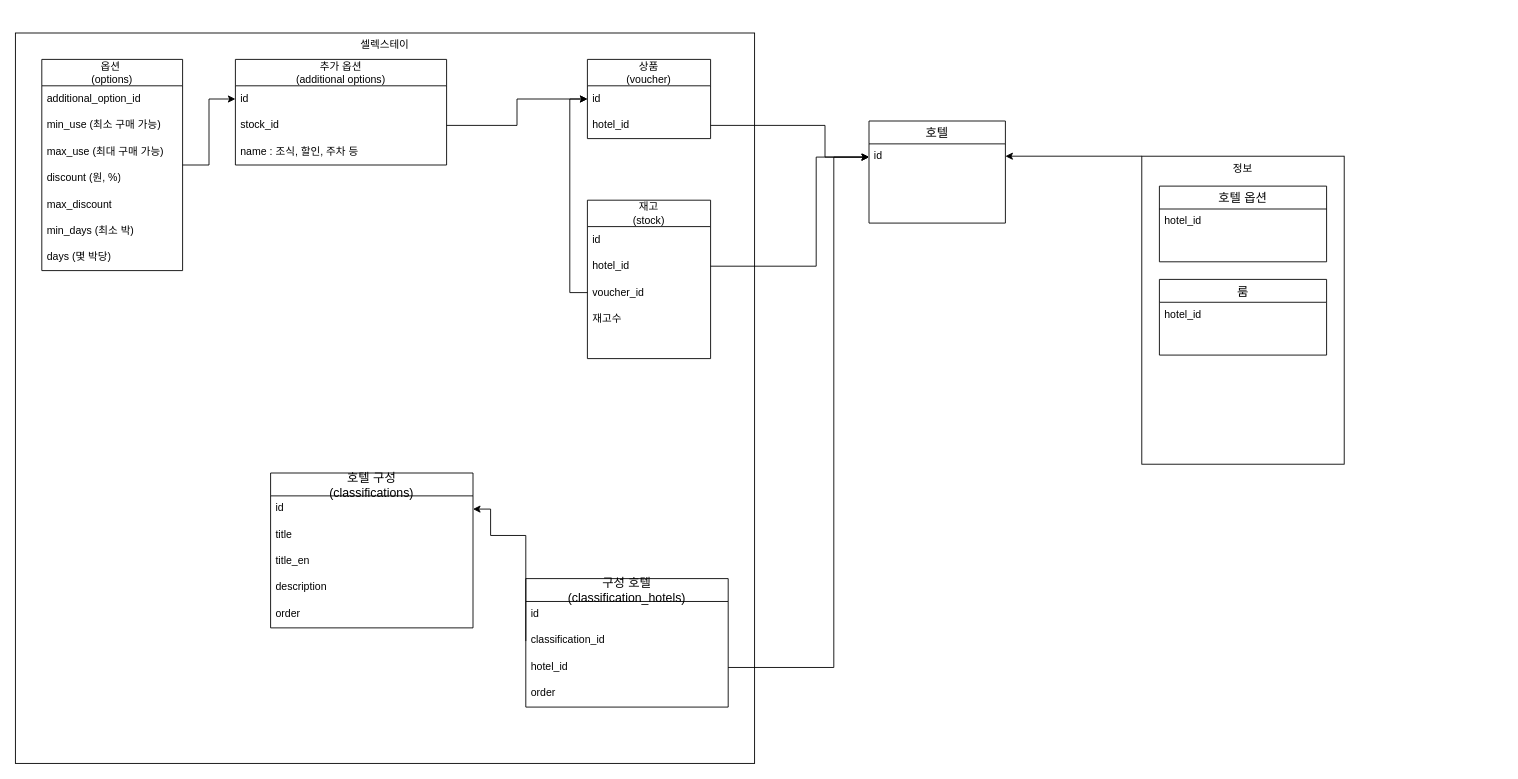
This is 1.drawio from zuiderzee7/draw, a draw.io file, before an edit. Source tidied: cells renumbered, new cells numbered last; positions are measured from the earlier drawing's top-left corner, leaving out a move shared by most shapes. Both pictures are drawn from the tidied source at 88%, with x=0, y=0 at pixel (15, 33).
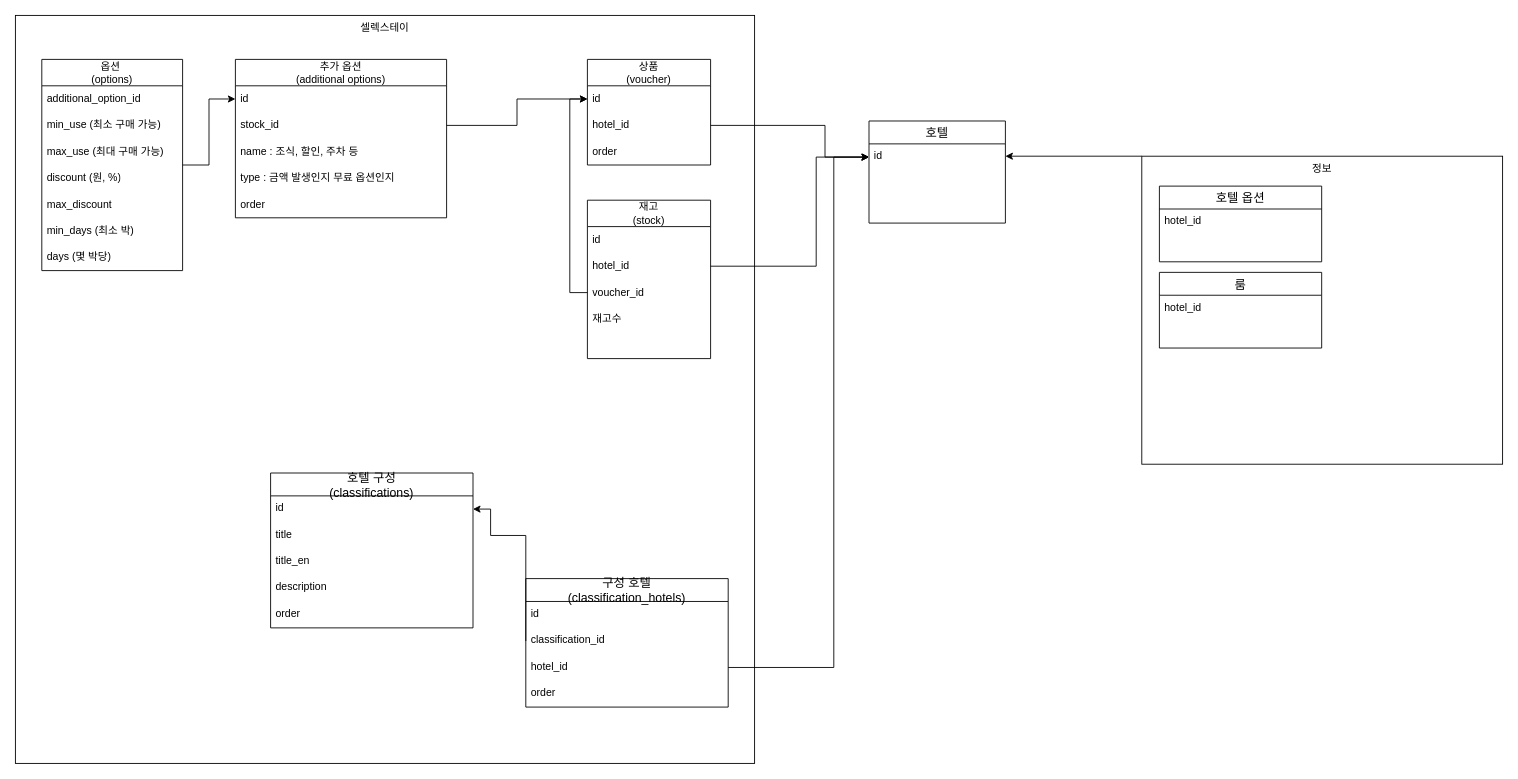
The same page after the edit.

Diff of the diagram source:
```diff
@@
     <mxCell id="2" value="셀렉스테이" style="rounded=0;whiteSpace=wrap;html=1;verticalAlign=top;" parent="1" vertex="1">
-      <mxGeometry width="840" height="830" as="geometry" />
+      <mxGeometry y="-20" width="840" height="850" as="geometry" />
     </mxCell>
@@
-    <mxCell id="7" style="group;verticalAlign=top;horizontal=0;flipH=0;flipV=1;" parent="1" vertex="1">
-      <mxGeometry x="1190" y="130" width="320" height="350" as="geometry" />
-    </mxCell>
-    <mxCell id="8" style="group;" parent="7" vertex="1">
-      <mxGeometry x="90" y="10" width="230" height="350" as="geometry" />
-    </mxCell>
-    <mxCell id="9" value="정보" style="rounded=0;whiteSpace=wrap;html=1;align=center;verticalAlign=top;" parent="8" vertex="1">
-      <mxGeometry width="230" height="350" as="geometry" />
-    </mxCell>
-    <mxCell id="10" value="룸" style="swimlane;fontStyle=0;horizontal=1;startSize=26;align=center;fontSize=14;flipH=1;" parent="9" vertex="1">
-      <mxGeometry x="20" y="140" width="190" height="86" as="geometry" />
-    </mxCell>
-    <mxCell id="11" value="hotel_id" style="text;strokeColor=none;fillColor=none;spacingLeft=4;spacingRight=4;overflow=hidden;fontSize=12;" parent="10" vertex="1">
-      <mxGeometry y="26" width="190" height="30" as="geometry" />
-    </mxCell>
-    <mxCell id="12" style="text;strokeColor=none;fillColor=none;spacingLeft=4;spacingRight=4;overflow=hidden;fontSize=12;" parent="10" vertex="1">
-      <mxGeometry y="56" width="190" height="30" as="geometry" />
-    </mxCell>
-    <mxCell id="13" value="hotel_id" style="text;strokeColor=none;fillColor=none;spacingLeft=4;spacingRight=4;overflow=hidden;fontSize=12;" parent="9" vertex="1">
-      <mxGeometry x="20" y="60" width="190" height="30" as="geometry" />
-    </mxCell>
-    <mxCell id="14" style="text;strokeColor=none;fillColor=none;spacingLeft=4;spacingRight=4;overflow=hidden;fontSize=12;" parent="9" vertex="1">
-      <mxGeometry x="50" y="90" width="130" height="30" as="geometry" />
-    </mxCell>
-    <mxCell id="15" value="호텔 옵션" style="swimlane;fontStyle=0;horizontal=1;startSize=26;align=center;fontSize=14;flipH=1;" parent="9" vertex="1">
-      <mxGeometry x="20" y="34" width="190" height="86" as="geometry" />
-    </mxCell>
@@
     <mxCell id="30" value="추가 옵션&lt;br&gt;(additional options)" style="swimlane;fontStyle=0;horizontal=1;startSize=30;whiteSpace=wrap;html=1;" parent="1" vertex="1">
-      <mxGeometry x="250" y="30" width="240" height="120" as="geometry" />
+      <mxGeometry x="250" y="30" width="240" height="180" as="geometry" />
     </mxCell>
@@
+    <mxCell id="56" value="type : 금액 발생인지 무료 옵션인지" style="text;strokeColor=none;fillColor=none;align=left;verticalAlign=middle;spacingLeft=4;spacingRight=4;overflow=hidden;whiteSpace=wrap;html=1;" parent="30" vertex="1">
+      <mxGeometry y="120" width="240" height="30" as="geometry" />
+    </mxCell>
+    <mxCell id="57" value="order" style="text;strokeColor=none;fillColor=none;align=left;verticalAlign=middle;spacingLeft=4;spacingRight=4;overflow=hidden;whiteSpace=wrap;html=1;" parent="30" vertex="1">
+      <mxGeometry y="150" width="240" height="30" as="geometry" />
+    </mxCell>
     <mxCell id="34" value="상품&lt;br&gt;(voucher)" style="swimlane;fontStyle=0;horizontal=1;startSize=30;whiteSpace=wrap;html=1;" parent="1" vertex="1">
-      <mxGeometry x="650" y="30" width="140" height="90" as="geometry" />
+      <mxGeometry x="650" y="30" width="140" height="120" as="geometry" />
     </mxCell>
@@
+    <mxCell id="58" value="order" style="text;strokeColor=none;fillColor=none;align=left;verticalAlign=middle;spacingLeft=4;spacingRight=4;overflow=hidden;whiteSpace=wrap;html=1;" parent="34" vertex="1">
+      <mxGeometry y="90" width="140" height="30" as="geometry" />
+    </mxCell>
@@
+    <mxCell id="8" style="group;" parent="1" vertex="1">
+      <mxGeometry x="1280" y="140" width="410" height="350" as="geometry" />
+    </mxCell>
+    <mxCell id="9" value="정보" style="rounded=0;whiteSpace=wrap;html=1;align=center;verticalAlign=top;" parent="8" vertex="1">
+      <mxGeometry width="410" height="350" as="geometry" />
+    </mxCell>
+    <mxCell id="59" style="group;" parent="8" vertex="1">
+      <mxGeometry x="20" y="34" width="184.3" height="86" as="geometry" />
+    </mxCell>
+    <mxCell id="13" value="hotel_id" style="text;strokeColor=none;fillColor=none;spacingLeft=4;spacingRight=4;overflow=hidden;fontSize=12;" parent="59" vertex="1">
+      <mxGeometry y="26" width="184.4" height="30" as="geometry" />
+    </mxCell>
+    <mxCell id="15" value="호텔 옵션" style="swimlane;fontStyle=0;horizontal=1;startSize=26;align=center;fontSize=14;flipH=1;" parent="59" vertex="1">
+      <mxGeometry width="184.4" height="86" as="geometry" />
+    </mxCell>
+    <mxCell id="60" style="group;" parent="8" vertex="1">
+      <mxGeometry x="20" y="132" width="184.3" height="86" as="geometry" />
+    </mxCell>
+    <mxCell id="10" value="룸" style="swimlane;fontStyle=0;horizontal=1;startSize=26;align=center;fontSize=14;flipH=1;" parent="60" vertex="1">
+      <mxGeometry width="184.4" height="86" as="geometry" />
+    </mxCell>
+    <mxCell id="11" value="hotel_id" style="text;strokeColor=none;fillColor=none;spacingLeft=4;spacingRight=4;overflow=hidden;fontSize=12;" parent="60" vertex="1">
+      <mxGeometry y="26" width="184.4" height="30" as="geometry" />
+    </mxCell>
+    <mxCell id="12" style="text;strokeColor=none;fillColor=none;spacingLeft=4;spacingRight=4;overflow=hidden;fontSize=12;" parent="60" vertex="1">
+      <mxGeometry y="56" width="184.4" height="30" as="geometry" />
+    </mxCell>
```
